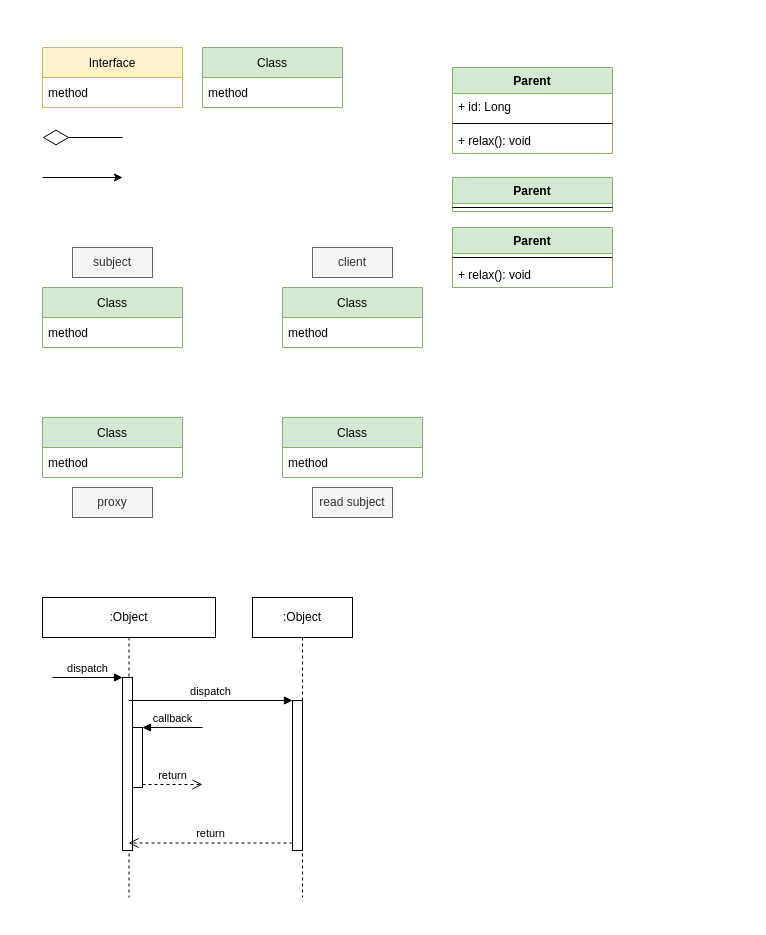
Earlier version of the draw.io diagram src/main/java/com/sda/sample/sample.drawio (cosminbucur/sda-clean-code). Source tidied: cells renumbered, new cells numbered last; positions are measured from the earlier drawing's top-left corner, leaving out a move shared by most shapes. Both pictures are drawn from the tidied source at 100%, with x=0, y=0 at pixel (42, 47).
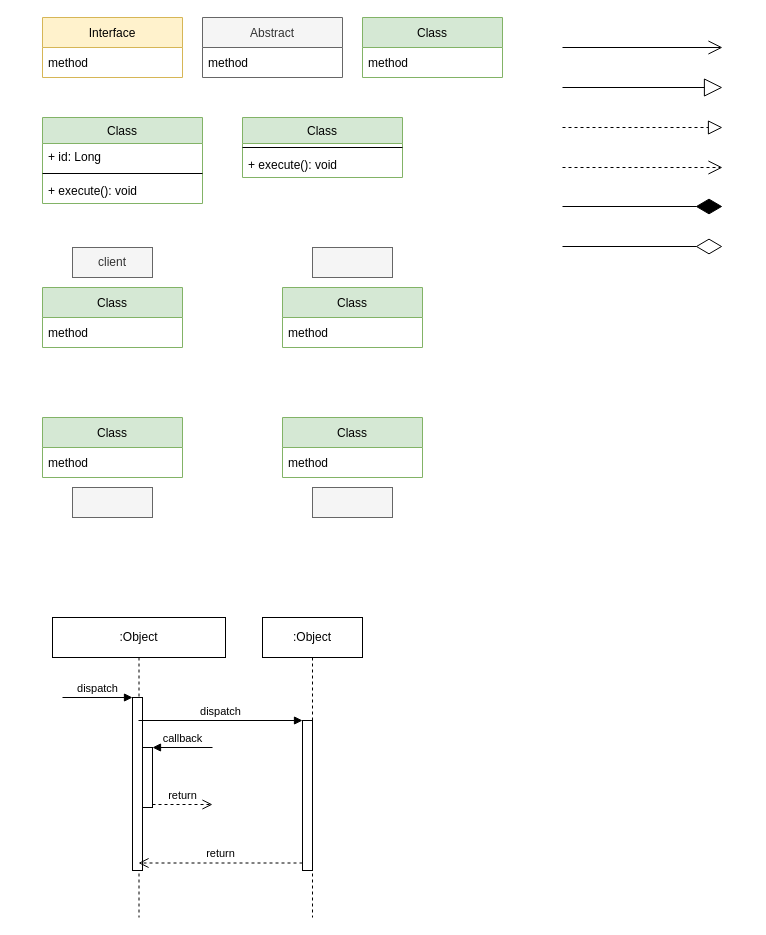
After the change.

Diff of the diagram source:
```diff
@@
     <mxCell id="2" value="Interface" style="swimlane;fontStyle=0;horizontal=1;startSize=30;fillColor=#fff2cc;strokeColor=#d6b656;" parent="1" vertex="1">
-      <mxGeometry width="140" height="60" as="geometry" />
+      <mxGeometry y="-30" width="140" height="60" as="geometry" />
     </mxCell>
@@
     <mxCell id="4" value="Class" style="swimlane;fontStyle=0;horizontal=1;startSize=30;fillColor=#d5e8d4;strokeColor=#82b366;" parent="1" vertex="1">
-      <mxGeometry x="160" width="140" height="60" as="geometry" />
+      <mxGeometry x="320" y="-30" width="140" height="60" as="geometry" />
     </mxCell>
@@
-    <mxCell id="6" value="read subject" style="rounded=0;whiteSpace=wrap;html=1;fillColor=#f5f5f5;fontColor=#333333;strokeColor=#666666;" parent="1" vertex="1">
+    <mxCell id="6" style="rounded=0;whiteSpace=wrap;html=1;fillColor=#f5f5f5;fontColor=#333333;strokeColor=#666666;" parent="1" vertex="1">
       <mxGeometry x="270" y="440" width="80" height="30" as="geometry" />
     </mxCell>
@@
-    <mxCell id="11" value="proxy" style="rounded=0;whiteSpace=wrap;html=1;fillColor=#f5f5f5;fontColor=#333333;strokeColor=#666666;" parent="1" vertex="1">
+    <mxCell id="11" style="rounded=0;whiteSpace=wrap;html=1;fillColor=#f5f5f5;fontColor=#333333;strokeColor=#666666;" parent="1" vertex="1">
       <mxGeometry x="30" y="440" width="80" height="30" as="geometry" />
     </mxCell>
@@
-    <mxCell id="14" value="subject" style="rounded=0;whiteSpace=wrap;html=1;fillColor=#f5f5f5;fontColor=#333333;strokeColor=#666666;" parent="1" vertex="1">
+    <mxCell id="14" value="client" style="rounded=0;whiteSpace=wrap;html=1;fillColor=#f5f5f5;fontColor=#333333;strokeColor=#666666;" parent="1" vertex="1">
       <mxGeometry x="30" y="200" width="80" height="30" as="geometry" />
     </mxCell>
@@
-    <mxCell id="17" value="client" style="rounded=0;whiteSpace=wrap;html=1;fillColor=#f5f5f5;fontColor=#333333;strokeColor=#666666;" parent="1" vertex="1">
+    <mxCell id="17" style="rounded=0;whiteSpace=wrap;html=1;fillColor=#f5f5f5;fontColor=#333333;strokeColor=#666666;" parent="1" vertex="1">
       <mxGeometry x="270" y="200" width="80" height="30" as="geometry" />
     </mxCell>
-    <mxCell id="18" style="endArrow=diamondThin;endFill=0;endSize=24;html=1;exitX=0;exitY=0.5;exitDx=0;exitDy=0;entryX=1;entryY=0.5;entryDx=0;entryDy=0;" parent="1" edge="1">
-      <mxGeometry relative="1" as="geometry">
-        <mxPoint x="80" y="90" as="sourcePoint" />
-        <mxPoint y="90" as="targetPoint" />
-      </mxGeometry>
-    </mxCell>
-    <mxCell id="19" style="edgeStyle=orthogonalEdgeStyle;rounded=0;orthogonalLoop=1;jettySize=auto;html=1;" parent="1" edge="1">
-      <mxGeometry relative="1" as="geometry">
-        <mxPoint y="130" as="sourcePoint" />
-        <mxPoint x="80" y="130" as="targetPoint" />
-      </mxGeometry>
-    </mxCell>
-    <mxCell id="20" value="Parent" style="swimlane;fontStyle=1;align=center;verticalAlign=top;horizontal=1;startSize=26;fillColor=#d5e8d4;strokeColor=#82b366;" parent="1" vertex="1">
-      <mxGeometry x="410" y="20" width="160" height="86" as="geometry" />
+    <mxCell id="20" value="Class" style="swimlane;fontStyle=0;align=center;verticalAlign=top;horizontal=1;startSize=26;fillColor=#d5e8d4;strokeColor=#82b366;" parent="1" vertex="1">
+      <mxGeometry y="70" width="160" height="86" as="geometry" />
     </mxCell>
@@
-    <mxCell id="23" value="+ relax(): void" style="text;strokeColor=none;fillColor=none;align=left;verticalAlign=top;spacingLeft=4;spacingRight=4;overflow=hidden;" parent="20" vertex="1">
+    <mxCell id="23" value="+ execute(): void" style="text;strokeColor=none;fillColor=none;align=left;verticalAlign=top;spacingLeft=4;spacingRight=4;overflow=hidden;" parent="20" vertex="1">
       <mxGeometry y="60" width="160" height="26" as="geometry" />
     </mxCell>
-    <mxCell id="24" value="Parent" style="swimlane;fontStyle=1;align=center;verticalAlign=top;horizontal=1;startSize=26;fillColor=#d5e8d4;strokeColor=#82b366;" parent="1" vertex="1">
-      <mxGeometry x="410" y="130" width="160" height="34" as="geometry" />
-    </mxCell>
-    <mxCell id="25" style="line;strokeWidth=1;fillColor=none;align=left;verticalAlign=middle;spacingTop=-1;spacingLeft=3;spacingRight=3;labelPosition=right;" parent="24" vertex="1">
-      <mxGeometry y="26" width="160" height="8" as="geometry" />
-    </mxCell>
-    <mxCell id="26" value="Parent" style="swimlane;fontStyle=1;align=center;verticalAlign=top;horizontal=1;startSize=26;fillColor=#d5e8d4;strokeColor=#82b366;" parent="1" vertex="1">
-      <mxGeometry x="410" y="180" width="160" height="60" as="geometry" />
+    <mxCell id="26" value="Class" style="swimlane;fontStyle=0;align=center;verticalAlign=top;horizontal=1;startSize=26;fillColor=#d5e8d4;strokeColor=#82b366;" parent="1" vertex="1">
+      <mxGeometry x="200" y="70" width="160" height="60" as="geometry" />
     </mxCell>
@@
-    <mxCell id="28" value="+ relax(): void" style="text;strokeColor=none;fillColor=none;align=left;verticalAlign=top;spacingLeft=4;spacingRight=4;overflow=hidden;" parent="26" vertex="1">
+    <mxCell id="28" value="+ execute(): void" style="text;strokeColor=none;fillColor=none;align=left;verticalAlign=top;spacingLeft=4;spacingRight=4;overflow=hidden;" parent="26" vertex="1">
       <mxGeometry y="34" width="160" height="26" as="geometry" />
     </mxCell>
     <mxCell id="29" value=":Object" style="shape=umlLifeline;perimeter=lifelinePerimeter;whiteSpace=wrap;html=1;outlineConnect=0;rounded=0;" parent="1" vertex="1">
-      <mxGeometry y="550" width="173" height="300" as="geometry" />
+      <mxGeometry x="10" y="570" width="173" height="300" as="geometry" />
     </mxCell>
@@
     <mxCell id="37" value=":Object" style="shape=umlLifeline;perimeter=lifelinePerimeter;whiteSpace=wrap;html=1;rounded=0;" parent="1" vertex="1">
-      <mxGeometry x="210" y="550" width="100" height="300" as="geometry" />
+      <mxGeometry x="220" y="570" width="100" height="300" as="geometry" />
     </mxCell>
@@
+    <mxCell id="42" style="endArrow=block;dashed=1;endFill=0;endSize=12;html=1;" parent="1" edge="1">
+      <mxGeometry relative="1" as="geometry">
+        <mxPoint x="520" y="80" as="sourcePoint" />
+        <mxPoint x="680" y="80" as="targetPoint" />
+      </mxGeometry>
+    </mxCell>
+    <mxCell id="43" style="endArrow=block;endSize=16;endFill=0;html=1;" parent="1" edge="1">
+      <mxGeometry relative="1" as="geometry">
+        <mxPoint x="520" y="40" as="sourcePoint" />
+        <mxPoint x="680" y="40" as="targetPoint" />
+      </mxGeometry>
+    </mxCell>
+    <mxCell id="44" style="endArrow=diamondThin;endFill=1;endSize=24;html=1;" parent="1" edge="1">
+      <mxGeometry relative="1" as="geometry">
+        <mxPoint x="520" y="159" as="sourcePoint" />
+        <mxPoint x="680" y="159" as="targetPoint" />
+      </mxGeometry>
+    </mxCell>
+    <mxCell id="45" style="endArrow=diamondThin;endFill=0;endSize=24;html=1;" parent="1" edge="1">
+      <mxGeometry relative="1" as="geometry">
+        <mxPoint x="520" y="199" as="sourcePoint" />
+        <mxPoint x="680" y="199" as="targetPoint" />
+      </mxGeometry>
+    </mxCell>
+    <mxCell id="46" style="endArrow=open;endFill=1;endSize=12;html=1;" parent="1" edge="1">
+      <mxGeometry relative="1" as="geometry">
+        <mxPoint x="520" as="sourcePoint" />
+        <mxPoint x="680" as="targetPoint" />
+      </mxGeometry>
+    </mxCell>
+    <mxCell id="47" style="endArrow=open;endSize=12;dashed=1;html=1;" parent="1" edge="1">
+      <mxGeometry relative="1" as="geometry">
+        <mxPoint x="520" y="120" as="sourcePoint" />
+        <mxPoint x="680" y="120" as="targetPoint" />
+      </mxGeometry>
+    </mxCell>
+    <mxCell id="48" value="Abstract" style="swimlane;fontStyle=0;horizontal=1;startSize=30;fillColor=#f5f5f5;strokeColor=#666666;fontColor=#333333;" parent="1" vertex="1">
+      <mxGeometry x="160" y="-30" width="140" height="60" as="geometry" />
+    </mxCell>
+    <mxCell id="49" value="method" style="text;strokeColor=none;fillColor=none;align=left;verticalAlign=middle;spacingLeft=4;spacingRight=4;overflow=hidden;" parent="48" vertex="1">
+      <mxGeometry y="30" width="140" height="30" as="geometry" />
+    </mxCell>
```
